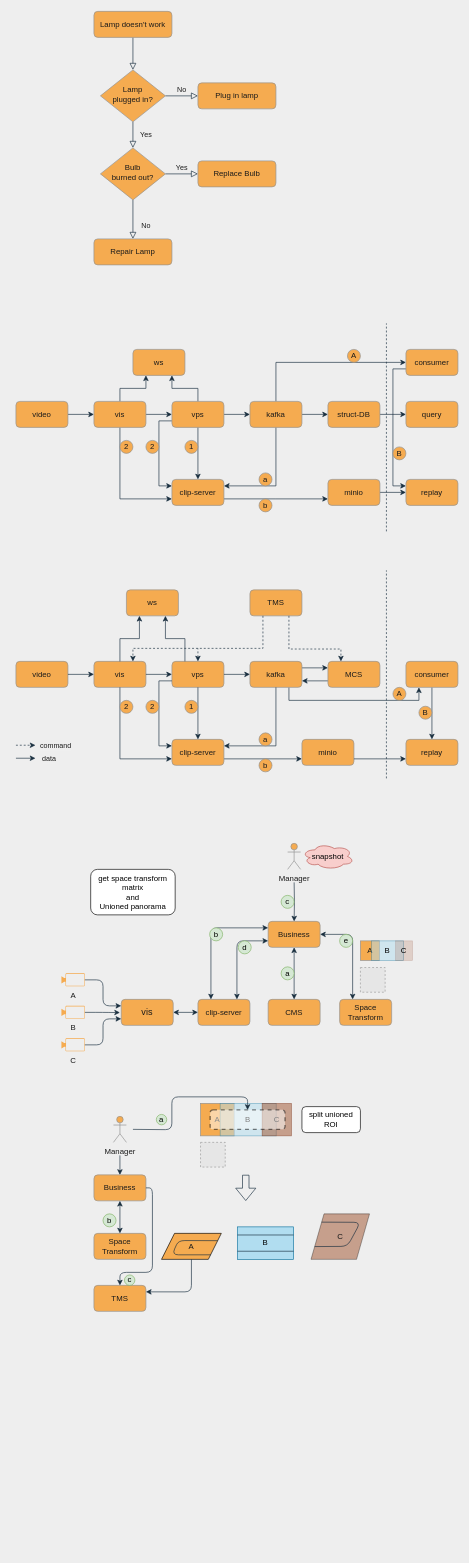
Above: video-clip.drawio in hashstone/deploy_shell (draw.io), before the change. Source tidied: cells renumbered, new cells numbered last; positions are measured from the earlier drawing's top-left corner, leaving out a move shared by most shapes. Both pictures are drawn from the tidied source at 65%, with x=0, y=0 at pixel (16, 11). Pictures stored in the file or linked from it are replaced by grey dashed boxes.
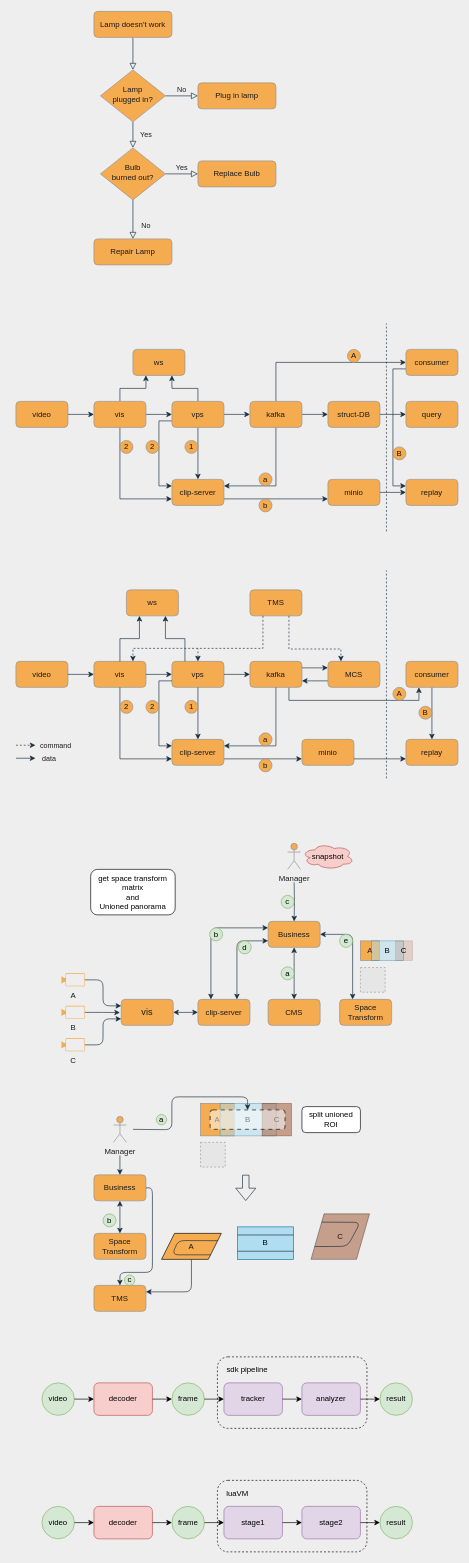
The same diagram, later.

What changed in the source:
```diff
@@
+    <mxCell id="148" style="group;" parent="1" vertex="1">
+      <mxGeometry x="40" y="2070" width="570" height="110" as="geometry" />
+    </mxCell>
+    <mxCell id="149" value="video" style="ellipse;whiteSpace=wrap;html=1;fillColor=#d5e8d4;strokeColor=#82b366;" parent="148" vertex="1">
+      <mxGeometry y="40" width="50" height="50" as="geometry" />
+    </mxCell>
+    <mxCell id="150" value="decoder" style="rounded=1;whiteSpace=wrap;html=1;fillColor=#f8cecc;strokeColor=#b85450;" parent="148" vertex="1">
+      <mxGeometry x="80" y="40" width="90" height="50" as="geometry" />
+    </mxCell>
+    <mxCell id="151" style="edgeStyle=orthogonalEdgeStyle;rounded=0;jettySize=auto;html=1;exitX=1;exitY=0.5;exitDx=0;exitDy=0;entryX=0;entryY=0.5;entryDx=0;entryDy=0;" parent="148" edge="1" source="149" target="150">
+      <mxGeometry relative="1" as="geometry" />
+    </mxCell>
+    <mxCell id="152" value="frame" style="ellipse;whiteSpace=wrap;html=1;fillColor=#d5e8d4;strokeColor=#82b366;" parent="148" vertex="1">
+      <mxGeometry x="200" y="40" width="50" height="50" as="geometry" />
+    </mxCell>
+    <mxCell id="153" style="edgeStyle=orthogonalEdgeStyle;rounded=0;jettySize=auto;html=1;exitX=1;exitY=0.5;exitDx=0;exitDy=0;entryX=0;entryY=0.5;entryDx=0;entryDy=0;" parent="148" edge="1" source="150" target="152">
+      <mxGeometry relative="1" as="geometry" />
+    </mxCell>
+    <mxCell id="154" value="tracker" style="rounded=1;whiteSpace=wrap;html=1;fillColor=#e1d5e7;strokeColor=#9673a6;" parent="148" vertex="1">
+      <mxGeometry x="280" y="40" width="90" height="50" as="geometry" />
+    </mxCell>
+    <mxCell id="155" style="edgeStyle=orthogonalEdgeStyle;rounded=0;jettySize=auto;html=1;exitX=1;exitY=0.5;exitDx=0;exitDy=0;entryX=0;entryY=0.5;entryDx=0;entryDy=0;" parent="148" edge="1" source="152" target="154">
+      <mxGeometry relative="1" as="geometry" />
+    </mxCell>
+    <mxCell id="156" value="analyzer" style="rounded=1;whiteSpace=wrap;html=1;fillColor=#e1d5e7;strokeColor=#9673a6;" parent="148" vertex="1">
+      <mxGeometry x="400" y="40" width="90" height="50" as="geometry" />
+    </mxCell>
+    <mxCell id="157" style="edgeStyle=orthogonalEdgeStyle;rounded=0;jettySize=auto;html=1;exitX=1;exitY=0.5;exitDx=0;exitDy=0;entryX=0;entryY=0.5;entryDx=0;entryDy=0;" parent="148" edge="1" source="154" target="156">
+      <mxGeometry relative="1" as="geometry" />
+    </mxCell>
+    <mxCell id="158" value="result" style="ellipse;whiteSpace=wrap;html=1;fillColor=#d5e8d4;strokeColor=#82b366;" parent="148" vertex="1">
+      <mxGeometry x="520" y="40" width="50" height="50" as="geometry" />
+    </mxCell>
+    <mxCell id="159" style="edgeStyle=orthogonalEdgeStyle;rounded=0;jettySize=auto;html=1;exitX=1;exitY=0.5;exitDx=0;exitDy=0;entryX=0;entryY=0.5;entryDx=0;entryDy=0;" parent="148" edge="1" source="156" target="158">
+      <mxGeometry relative="1" as="geometry" />
+    </mxCell>
+    <mxCell id="160" style="rounded=1;whiteSpace=wrap;html=1;fillColor=none;dashed=1;" parent="148" vertex="1">
+      <mxGeometry x="270" width="230" height="110" as="geometry" />
+    </mxCell>
+    <mxCell id="161" value="sdk pipeline" style="text;html=1;strokeColor=none;fillColor=none;align=center;verticalAlign=middle;whiteSpace=wrap;rounded=0;dashed=1;" parent="148" vertex="1">
+      <mxGeometry x="272" y="10" width="88" height="20" as="geometry" />
+    </mxCell>
+    <mxCell id="162" style="group;" parent="1" vertex="1">
+      <mxGeometry x="40" y="2260" width="570" height="110" as="geometry" />
+    </mxCell>
+    <mxCell id="163" style="rounded=1;whiteSpace=wrap;html=1;fillColor=none;dashed=1;" parent="162" vertex="1">
+      <mxGeometry x="270" width="230" height="110" as="geometry" />
+    </mxCell>
+    <mxCell id="164" value="video" style="ellipse;whiteSpace=wrap;html=1;fillColor=#d5e8d4;strokeColor=#82b366;" parent="162" vertex="1">
+      <mxGeometry y="40" width="50" height="50" as="geometry" />
+    </mxCell>
+    <mxCell id="165" value="decoder" style="rounded=1;whiteSpace=wrap;html=1;fillColor=#f8cecc;strokeColor=#b85450;" parent="162" vertex="1">
+      <mxGeometry x="80" y="40" width="90" height="50" as="geometry" />
+    </mxCell>
+    <mxCell id="166" style="edgeStyle=orthogonalEdgeStyle;rounded=0;jettySize=auto;html=1;exitX=1;exitY=0.5;exitDx=0;exitDy=0;entryX=0;entryY=0.5;entryDx=0;entryDy=0;" parent="162" edge="1" source="164" target="165">
+      <mxGeometry as="geometry" />
+    </mxCell>
+    <mxCell id="167" value="frame" style="ellipse;whiteSpace=wrap;html=1;fillColor=#d5e8d4;strokeColor=#82b366;" parent="162" vertex="1">
+      <mxGeometry x="200" y="40" width="50" height="50" as="geometry" />
+    </mxCell>
+    <mxCell id="168" style="edgeStyle=orthogonalEdgeStyle;rounded=0;jettySize=auto;html=1;exitX=1;exitY=0.5;exitDx=0;exitDy=0;entryX=0;entryY=0.5;entryDx=0;entryDy=0;" parent="162" edge="1" source="165" target="167">
+      <mxGeometry as="geometry" />
+    </mxCell>
+    <mxCell id="169" value="stage1" style="rounded=1;whiteSpace=wrap;html=1;fillColor=#e1d5e7;strokeColor=#9673a6;" parent="162" vertex="1">
+      <mxGeometry x="280" y="40" width="90" height="50" as="geometry" />
+    </mxCell>
+    <mxCell id="170" style="edgeStyle=orthogonalEdgeStyle;rounded=0;jettySize=auto;html=1;exitX=1;exitY=0.5;exitDx=0;exitDy=0;entryX=0;entryY=0.5;entryDx=0;entryDy=0;" parent="162" edge="1" source="167" target="169">
+      <mxGeometry as="geometry" />
+    </mxCell>
+    <mxCell id="171" value="stage2" style="rounded=1;whiteSpace=wrap;html=1;fillColor=#e1d5e7;strokeColor=#9673a6;" parent="162" vertex="1">
+      <mxGeometry x="400" y="40" width="90" height="50" as="geometry" />
+    </mxCell>
+    <mxCell id="172" style="edgeStyle=orthogonalEdgeStyle;rounded=0;jettySize=auto;html=1;exitX=1;exitY=0.5;exitDx=0;exitDy=0;entryX=0;entryY=0.5;entryDx=0;entryDy=0;" parent="162" edge="1" source="169" target="171">
+      <mxGeometry as="geometry" />
+    </mxCell>
+    <mxCell id="173" value="result" style="ellipse;whiteSpace=wrap;html=1;fillColor=#d5e8d4;strokeColor=#82b366;" parent="162" vertex="1">
+      <mxGeometry x="520" y="40" width="50" height="50" as="geometry" />
+    </mxCell>
+    <mxCell id="174" style="edgeStyle=orthogonalEdgeStyle;rounded=0;jettySize=auto;html=1;exitX=1;exitY=0.5;exitDx=0;exitDy=0;entryX=0;entryY=0.5;entryDx=0;entryDy=0;" parent="162" edge="1" source="171" target="173">
+      <mxGeometry as="geometry" />
+    </mxCell>
+    <mxCell id="175" value="luaVM" style="text;html=1;strokeColor=none;fillColor=none;align=center;verticalAlign=middle;whiteSpace=wrap;rounded=0;dashed=1;" parent="162" vertex="1">
+      <mxGeometry x="272" y="10" width="58" height="20" as="geometry" />
+    </mxCell>
```
